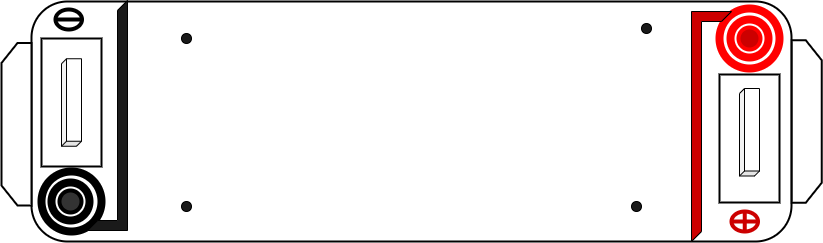
Before: experiment/simulation/images/case.png, a diagram exported from draw.io (virtual-labs/exp-dna-agarose-gel-electrophoresis-iitkgp). Source tidied: cells renumbered, new cells last; positions are measured from the earlier drawing's top-left corner, leaving out a move shared by most shapes.
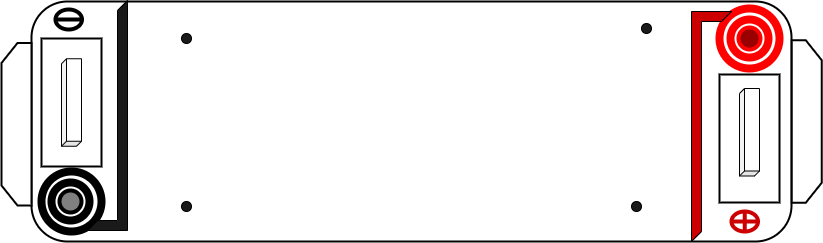
After the change.

The edit, as a diff of the source:
```diff
@@ -59,10 +59,10 @@
     <mxCell id="20" style="shape=lineEllipse;perimeter=ellipsePerimeter;whiteSpace=wrap;html=1;backgroundOutline=1;strokeWidth=4;" parent="1" vertex="1">
       <mxGeometry x="120" y="9" width="26.5" height="20" as="geometry" />
     </mxCell>
-    <mxCell id="21" style="ellipse;whiteSpace=wrap;html=1;strokeColor=#FF0000;strokeWidth=4;fillColor=#CC0000;" parent="1" vertex="1">
+    <mxCell id="21" style="ellipse;whiteSpace=wrap;html=1;strokeColor=#FF0000;strokeWidth=4;fillColor=#990000;" parent="1" vertex="1">
       <mxGeometry x="803" y="27" width="22" height="22" as="geometry" />
     </mxCell>
-    <mxCell id="22" style="ellipse;whiteSpace=wrap;html=1;strokeWidth=4;fillColor=#333333;" parent="1" vertex="1">
+    <mxCell id="22" style="ellipse;whiteSpace=wrap;html=1;strokeWidth=4;fillColor=#808080;" parent="1" vertex="1">
       <mxGeometry x="124" y="190" width="22" height="22" as="geometry" />
     </mxCell>
   </root>
```
